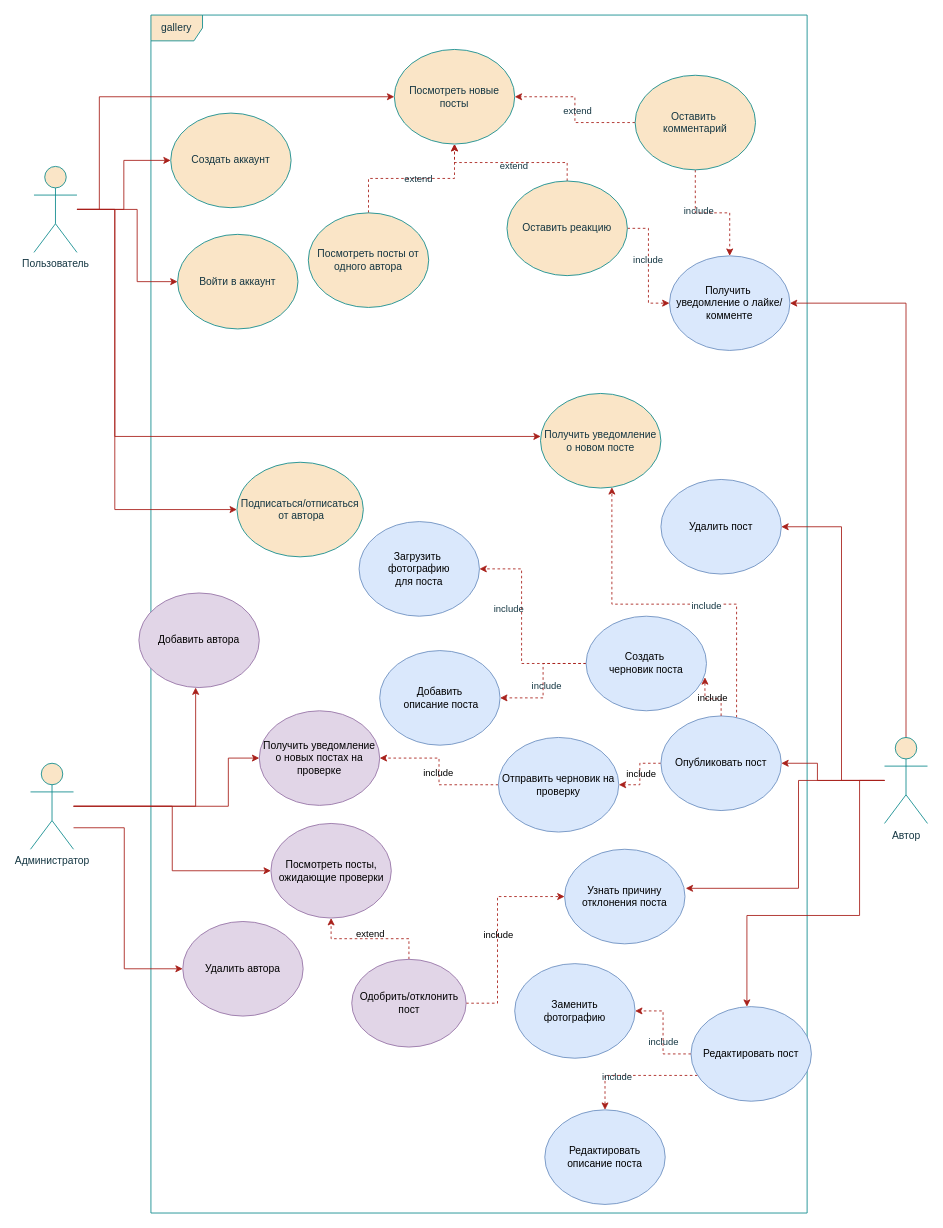
Earlier version of the draw.io diagram use-cases.drawio (KRASILNIKOV30/graffiti). Source tidied: cells renumbered, new cells numbered last; positions are measured from the earlier drawing's top-left corner, leaving out a move shared by most shapes. Both pictures are drawn from the tidied source at 86%, with x=0, y=0 at pixel (30, 15).
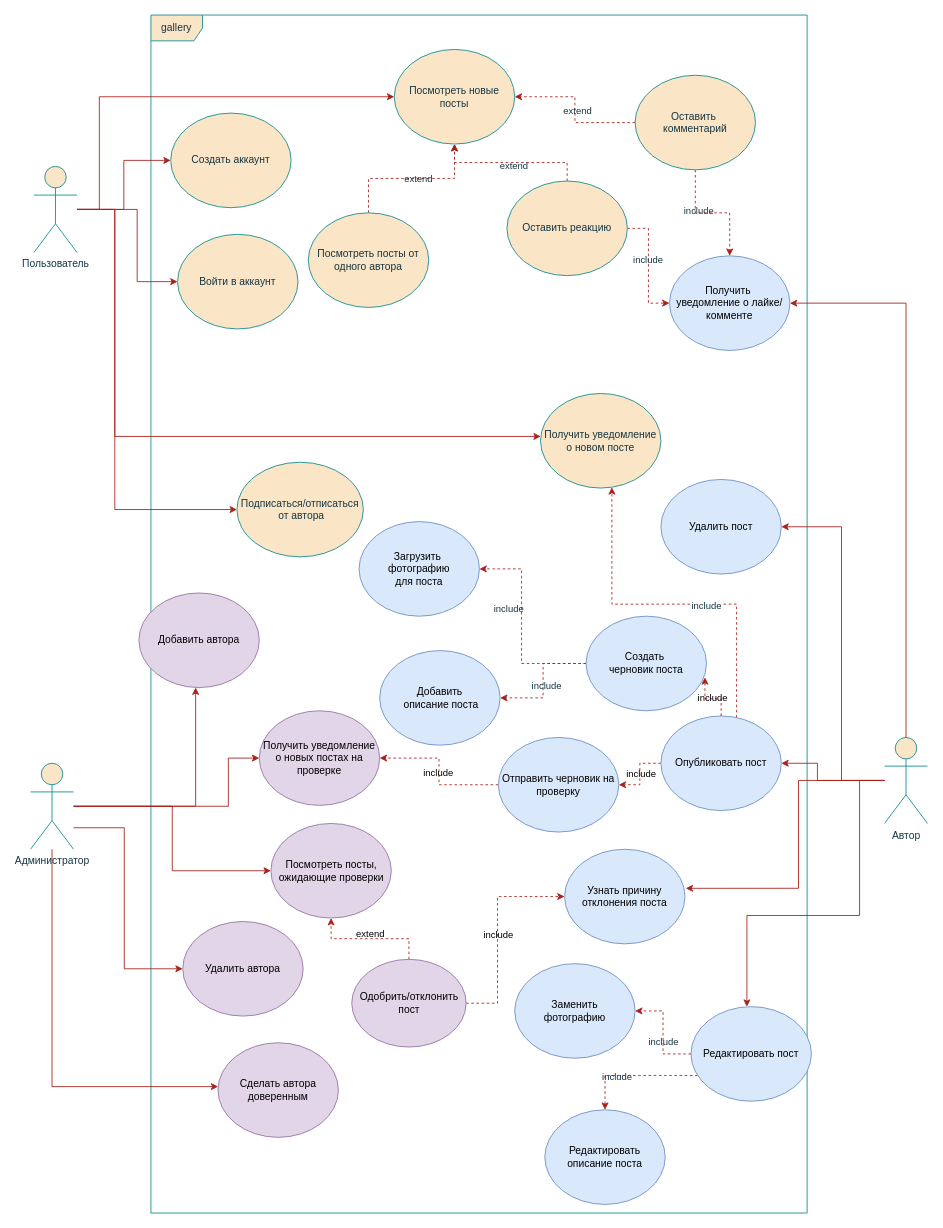
Above is the later version.

Commit message:
Добавил кейс

Unchanged cells that the change refers to:
```xml
<mxCell id="35" value="Администратор" style="shape=umlActor;verticalLabelPosition=bottom;verticalAlign=top;html=1;outlineConnect=0;labelBackgroundColor=none;fillColor=#FAE5C7;strokeColor=#0F8B8D;fontColor=#143642;" parent="1" vertex="1">
  <mxGeometry y="870" width="50" height="100" as="geometry" />
</mxCell>
```

Diff of the diagram source:
```diff
@@
+    <mxCell id="74" style="edgeStyle=orthogonalEdgeStyle;shape=connector;rounded=0;jettySize=auto;html=1;strokeColor=#A8201A;align=center;verticalAlign=middle;fontFamily=Helvetica;fontSize=11;fontColor=default;labelBackgroundColor=none;endArrow=classic;fillColor=#FAE5C7;" parent="1" edge="1" source="35" target="75">
+      <mxGeometry relative="1" as="geometry">
+        <Array as="points">
+          <mxPoint x="25" y="1246" />
+        </Array>
+      </mxGeometry>
+    </mxCell>
@@
+    <mxCell id="75" value="Сделать автора доверенным" style="ellipse;whiteSpace=wrap;html=1;labelBackgroundColor=none;fillColor=#e1d5e7;strokeColor=#9673a6;" parent="1" vertex="1">
+      <mxGeometry x="218" y="1195" width="140" height="110" as="geometry" />
+    </mxCell>
```
